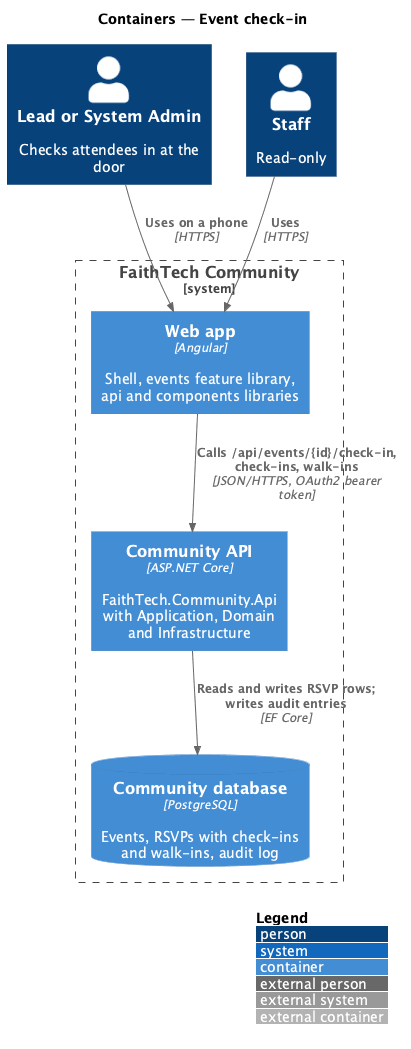
Above: docs/detailed-designs/events/event-check-in/diagrams/c4-container.png in QuinntyneBrown/faithtech-community (PlantUML), before the change. Source of this version:
```plantuml
@startuml
!include <C4/C4_Container>
LAYOUT_WITH_LEGEND()
title Containers — Event check-in

Person(lead, "Lead or System Admin", "Checks attendees in at the door")
Person(staff, "Staff", "Read-only")
System_Boundary(ftc, "FaithTech Community") {
  Container(spa, "Web app", "Angular", "Shell, events feature library, api and components libraries")
  Container(api, "Community API", "ASP.NET Core", "FaithTech.Community.Api with Application, Domain and Infrastructure")
  ContainerDb(db, "Community database", "PostgreSQL", "Events, RSVPs with check-ins and walk-ins, audit log")
}
Rel(lead, spa, "Uses on a phone", "HTTPS")
Rel(staff, spa, "Uses", "HTTPS")
Rel(spa, api, "Calls /api/events/{id}/check-in, check-ins, walk-ins", "JSON/HTTPS, OAuth2 bearer token")
Rel(api, db, "Reads and writes RSVP rows; writes audit entries", "EF Core")
@enduml
```
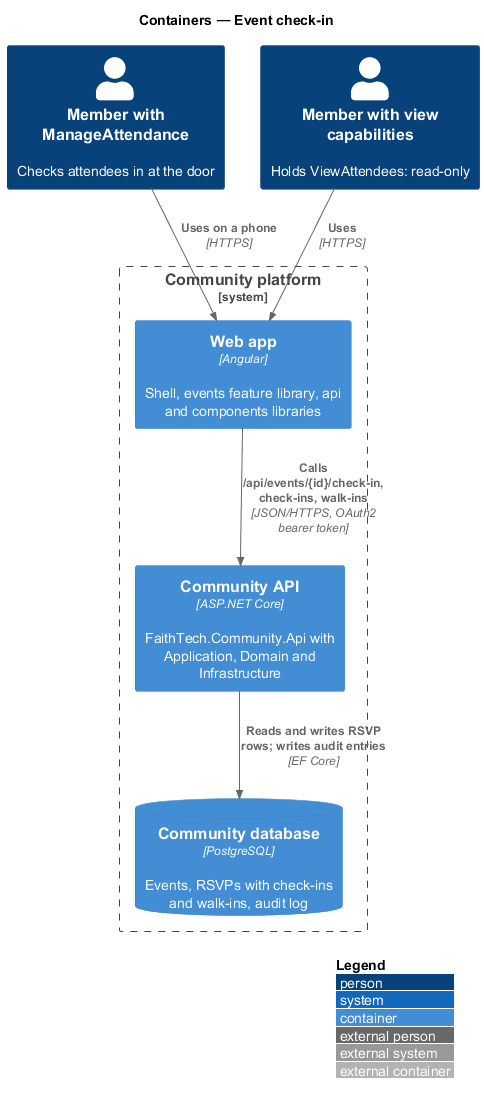
After the commit.

Diff of the diagram source:
```diff
@@ -3,9 +3,9 @@
 LAYOUT_WITH_LEGEND()
 title Containers — Event check-in
 
-Person(lead, "Lead or System Admin", "Checks attendees in at the door")
-Person(staff, "Staff", "Read-only")
-System_Boundary(ftc, "FaithTech Community") {
+Person(lead, "Member with ManageAttendance", "Checks attendees in at the door")
+Person(staff, "Member with view capabilities", "Holds ViewAttendees: read-only")
+System_Boundary(ftc, "Community platform") {
   Container(spa, "Web app", "Angular", "Shell, events feature library, api and components libraries")
   Container(api, "Community API", "ASP.NET Core", "FaithTech.Community.Api with Application, Domain and Infrastructure")
   ContainerDb(db, "Community database", "PostgreSQL", "Events, RSVPs with check-ins and walk-ins, audit log")
```
